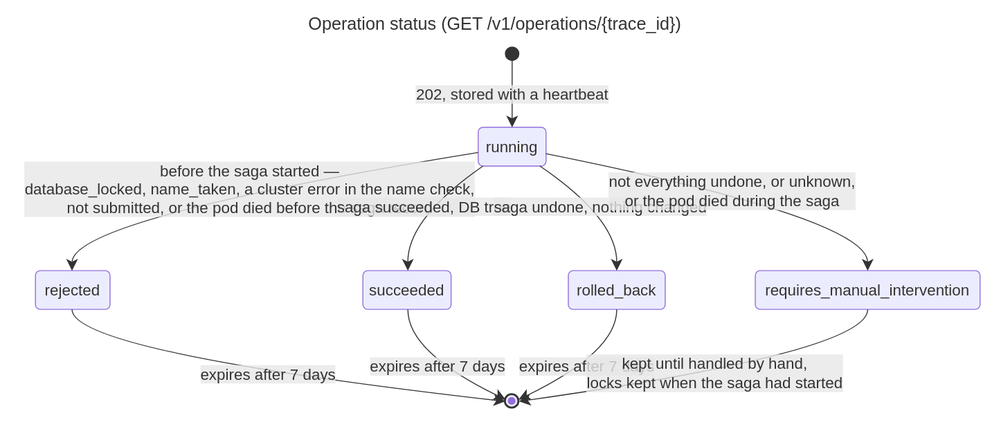
The draw.io diagram docs/diagrams/16-state-operation.drawio.svg in EliShteinman/redis-enterprise-services, before a commit. Source tidied: cells renumbered, new cells last; positions are measured from the earlier drawing's top-left corner, leaving out a move shared by most shapes.
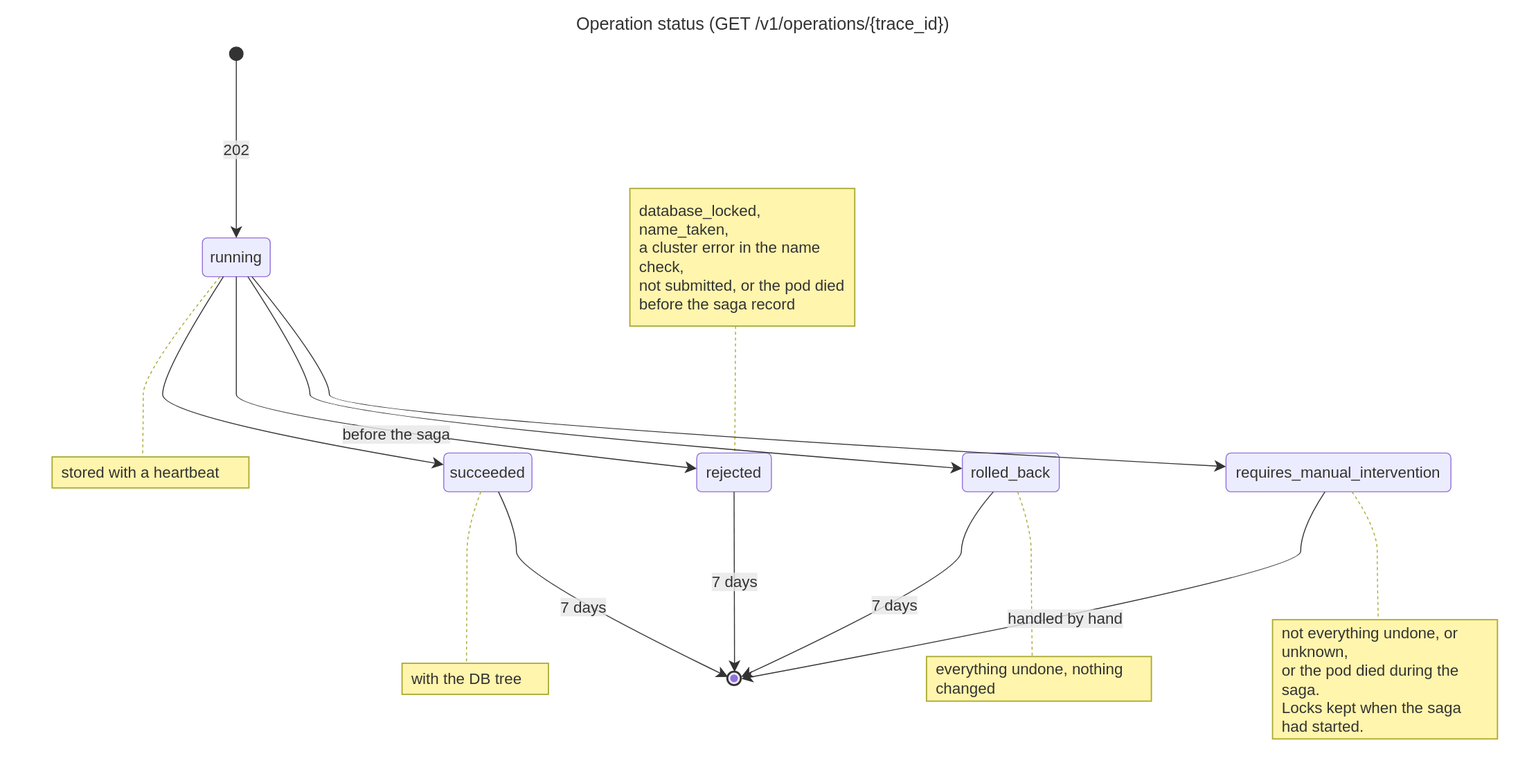
After the change.

Change to the diagram source:
```diff
@@ -3,87 +3,155 @@
     <mxCell id="0" />
     <mxCell id="1" parent="0" />
     <mxCell id="2" style="ellipse;html=1;fillColor=light-dark(#333333,#cccccc);strokeColor=light-dark(#333333,#cccccc);fontColor=light-dark(#333333,#cccccc);fontFamily=Trebuchet MS,Verdana,Arial,sans-serif;fontSize=16;" parent="1" vertex="1">
-      <mxGeometry x="511" y="38" width="14" height="14" as="geometry" />
+      <mxGeometry x="226" y="38" width="14" height="14" as="geometry" />
     </mxCell>
-    <mxCell id="3" value="running" style="rounded=1;absoluteArcSize=1;arcSize=10;html=1;whiteSpace=wrap;strokeWidth=1;fillColor=light-dark(#ECECFF,#1f2020);strokeColor=light-dark(#9370DB,#cccccc);fontColor=light-dark(#333333,#cccccc);fontFamily=Trebuchet MS,Verdana,Arial,sans-serif;fontSize=16;" parent="1" vertex="1">
-      <mxGeometry x="483" y="121" width="70" height="40" as="geometry" />
+    <mxCell id="3" style="rounded=0;whiteSpace=wrap;html=1;fillColor=none;strokeColor=none;fontColor=light-dark(#333333,#cccccc);fontFamily=Trebuchet MS,Verdana,Arial,sans-serif;fontSize=16;" parent="1" vertex="1">
+      <mxGeometry x="8" y="200" width="295" height="318" as="geometry" />
     </mxCell>
-    <mxCell id="4" value="rejected" style="rounded=1;absoluteArcSize=1;arcSize=10;html=1;whiteSpace=wrap;strokeWidth=1;fillColor=light-dark(#ECECFF,#1f2020);strokeColor=light-dark(#9370DB,#cccccc);fontColor=light-dark(#333333,#cccccc);fontFamily=Trebuchet MS,Verdana,Arial,sans-serif;fontSize=16;" parent="1" vertex="1">
-      <mxGeometry x="26" y="269" width="77" height="40" as="geometry" />
+    <mxCell id="4" value="running" style="rounded=1;absoluteArcSize=1;arcSize=10;html=1;whiteSpace=wrap;strokeWidth=1;fillColor=light-dark(#ECECFF,#1f2020);strokeColor=light-dark(#9370DB,#cccccc);fontColor=light-dark(#333333,#cccccc);fontFamily=Trebuchet MS,Verdana,Arial,sans-serif;fontSize=16;" parent="3" vertex="1">
+      <mxGeometry x="190" y="35" width="70" height="40" as="geometry" />
     </mxCell>
-    <mxCell id="5" value="succeeded" style="rounded=1;absoluteArcSize=1;arcSize=10;html=1;whiteSpace=wrap;strokeWidth=1;fillColor=light-dark(#ECECFF,#1f2020);strokeColor=light-dark(#9370DB,#cccccc);fontColor=light-dark(#333333,#cccccc);fontFamily=Trebuchet MS,Verdana,Arial,sans-serif;fontSize=16;" parent="1" vertex="1">
-      <mxGeometry x="364" y="269" width="91" height="40" as="geometry" />
+    <mxCell id="5" value="stored with a heartbeat" style="rounded=0;whiteSpace=wrap;html=1;align=left;spacingLeft=8;spacingRight=8;fillColor=light-dark(#fff5ad,#2a2a2a);strokeColor=light-dark(#aaaa33,#cccccc);strokeWidth=1.3;fontColor=light-dark(#333333,#cccccc);fontFamily=Trebuchet MS,Verdana,Arial,sans-serif;fontSize=16;" parent="3" vertex="1">
+      <mxGeometry x="35" y="261" width="203" height="32" as="geometry" />
     </mxCell>
+    <mxCell id="19" style="curved=1;dashed=1;startArrow=none;endArrow=none;fillColor=none;strokeColor=#aaaa33;exitX=0.26;exitY=1;entryX=0.46;entryY=0;fixDash=1;" parent="3" edge="1" source="4" target="5">
+      <mxGeometry relative="1" as="geometry">
+        <Array as="points">
+          <mxPoint x="129" y="173" />
+          <mxPoint x="129" y="220" />
+        </Array>
+      </mxGeometry>
+    </mxCell>
-    <mxCell id="6" value="rolled_back" style="rounded=1;absoluteArcSize=1;arcSize=10;html=1;whiteSpace=wrap;strokeWidth=1;fillColor=light-dark(#ECECFF,#1f2020);strokeColor=light-dark(#9370DB,#cccccc);fontColor=light-dark(#333333,#cccccc);fontFamily=Trebuchet MS,Verdana,Arial,sans-serif;fontSize=16;" parent="1" vertex="1">
-      <mxGeometry x="576" y="269" width="100" height="40" as="geometry" />
+    <mxCell id="6" style="rounded=0;whiteSpace=wrap;html=1;fillColor=none;strokeColor=none;fontColor=light-dark(#333333,#cccccc);fontFamily=Trebuchet MS,Verdana,Arial,sans-serif;fontSize=16;" parent="1" vertex="1">
+      <mxGeometry x="604" y="149" width="286" height="373" as="geometry" />
     </mxCell>
-    <mxCell id="7" value="requires_manual_intervention" style="rounded=1;absoluteArcSize=1;arcSize=10;html=1;whiteSpace=wrap;strokeWidth=1;fillColor=light-dark(#ECECFF,#1f2020);strokeColor=light-dark(#9370DB,#cccccc);fontColor=light-dark(#333333,#cccccc);fontFamily=Trebuchet MS,Verdana,Arial,sans-serif;fontSize=16;" parent="1" vertex="1">
-      <mxGeometry x="769" y="269" width="232" height="40" as="geometry" />
+    <mxCell id="7" value="database_locked, name_taken,&lt;br&gt;a cluster error in the name check,&lt;br&gt;not submitted, or the pod died&lt;br&gt;before the saga record" style="rounded=0;whiteSpace=wrap;html=1;align=left;spacingLeft=8;spacingRight=8;fillColor=light-dark(#fff5ad,#2a2a2a);strokeColor=light-dark(#aaaa33,#cccccc);strokeWidth=1.3;fontColor=light-dark(#333333,#cccccc);fontFamily=Trebuchet MS,Verdana,Arial,sans-serif;fontSize=16;" parent="6" vertex="1">
+      <mxGeometry x="35" y="35" width="232" height="142" as="geometry" />
     </mxCell>
-    <mxCell id="8" style="ellipse;html=1;fillColor=light-dark(#ECECFF,#1f2020);strokeColor=light-dark(#333333,#cccccc);strokeWidth=2;centerRadius=4;centerColor=light-dark(#9370DB,#cccccc);fontColor=light-dark(#333333,#cccccc);fontFamily=Trebuchet MS,Verdana,Arial,sans-serif;fontSize=16;" parent="1" vertex="1">
-      <mxGeometry x="511" y="397" width="14" height="14" as="geometry" />
+    <mxCell id="8" value="rejected" style="rounded=1;absoluteArcSize=1;arcSize=10;html=1;whiteSpace=wrap;strokeWidth=1;fillColor=light-dark(#ECECFF,#1f2020);strokeColor=light-dark(#9370DB,#cccccc);fontColor=light-dark(#333333,#cccccc);fontFamily=Trebuchet MS,Verdana,Arial,sans-serif;fontSize=16;" parent="6" vertex="1">
+      <mxGeometry x="104" y="308" width="77" height="40" as="geometry" />
     </mxCell>
+    <mxCell id="20" style="curved=1;dashed=1;startArrow=none;endArrow=none;fillColor=none;strokeColor=#aaaa33;exitX=0.47;exitY=1;entryX=0.51;entryY=0;fixDash=1;" parent="6" edge="1" source="7" target="8">
+      <mxGeometry relative="1" as="geometry" />
+    </mxCell>
-    <mxCell id="9" value="202, stored with a heartbeat" style="curved=1;startArrow=none;endArrow=classic;endSize=9;fillColor=none;strokeColor=light-dark(#333333,#cccccc);html=1;fontSize=16;labelBackgroundColor=#E8E8E88D;fontFamily=Trebuchet MS,Verdana,Arial,sans-serif;fontColor=light-dark(#333333,#cccccc);exitX=0.5;exitY=1;entryX=0.5;entryY=0;" parent="1" edge="1" source="2" target="3">
-      <mxGeometry relative="1" as="geometry" />
+    <mxCell id="9" style="rounded=0;whiteSpace=wrap;html=1;fillColor=none;strokeColor=none;fontColor=light-dark(#333333,#cccccc);fontFamily=Trebuchet MS,Verdana,Arial,sans-serif;fontSize=16;" parent="1" vertex="1">
+      <mxGeometry x="369" y="422" width="205" height="309" as="geometry" />
     </mxCell>
-    <mxCell id="10" value="before the saga started —&#10;database_locked, name_taken, a cluster error in the name check,&#10;not submitted, or the pod died before the saga record" style="curved=1;startArrow=none;endArrow=classic;endSize=9;fillColor=none;strokeColor=light-dark(#333333,#cccccc);html=1;fontSize=16;labelBackgroundColor=#E8E8E88D;fontFamily=Trebuchet MS,Verdana,Arial,sans-serif;fontColor=light-dark(#333333,#cccccc);exitX=0;exitY=0.65;entryX=0.49;entryY=0;" parent="1" edge="1" source="3" target="4">
-      <mxGeometry relative="1" as="geometry">
-        <Array as="points">
-          <mxPoint x="64" y="215" />
-        </Array>
-      </mxGeometry>
+    <mxCell id="10" value="succeeded" style="rounded=1;absoluteArcSize=1;arcSize=10;html=1;whiteSpace=wrap;strokeWidth=1;fillColor=light-dark(#ECECFF,#1f2020);strokeColor=light-dark(#9370DB,#cccccc);fontColor=light-dark(#333333,#cccccc);fontFamily=Trebuchet MS,Verdana,Arial,sans-serif;fontSize=16;" parent="9" vertex="1">
+      <mxGeometry x="78" y="35" width="91" height="40" as="geometry" />
     </mxCell>
-    <mxCell id="11" value="saga succeeded, DB tree" style="curved=1;startArrow=none;endArrow=classic;endSize=9;fillColor=none;strokeColor=light-dark(#333333,#cccccc);html=1;fontSize=16;labelBackgroundColor=#E8E8E88D;fontFamily=Trebuchet MS,Verdana,Arial,sans-serif;fontColor=light-dark(#333333,#cccccc);exitX=0.07;exitY=1;entryX=0.51;entryY=0;" parent="1" edge="1" source="3" target="5">
-      <mxGeometry relative="1" as="geometry">
-        <Array as="points">
-          <mxPoint x="410" y="215" />
-        </Array>
-      </mxGeometry>
+    <mxCell id="11" value="with the DB tree" style="rounded=0;whiteSpace=wrap;html=1;align=left;spacingLeft=8;spacingRight=8;fillColor=light-dark(#fff5ad,#2a2a2a);strokeColor=light-dark(#aaaa33,#cccccc);strokeWidth=1.3;fontColor=light-dark(#333333,#cccccc);fontFamily=Trebuchet MS,Verdana,Arial,sans-serif;fontSize=16;" parent="9" vertex="1">
+      <mxGeometry x="35" y="252" width="151" height="32" as="geometry" />
     </mxCell>
+    <mxCell id="21" style="curved=1;dashed=1;startArrow=none;endArrow=none;fillColor=none;strokeColor=#aaaa33;exitX=0.42;exitY=1;entryX=0.44;entryY=0;fixDash=1;" parent="9" edge="1" source="10" target="11">
+      <mxGeometry relative="1" as="geometry">
+        <Array as="points">
+          <mxPoint x="102" y="113" />
+          <mxPoint x="102" y="160" />
+        </Array>
+      </mxGeometry>
+    </mxCell>
-    <mxCell id="12" value="saga undone, nothing changed" style="curved=1;startArrow=none;endArrow=classic;endSize=9;fillColor=none;strokeColor=light-dark(#333333,#cccccc);html=1;fontSize=16;labelBackgroundColor=#E8E8E88D;fontFamily=Trebuchet MS,Verdana,Arial,sans-serif;fontColor=light-dark(#333333,#cccccc);exitX=0.91;exitY=1;entryX=0.5;entryY=0;" parent="1" edge="1" source="3" target="6">
-      <mxGeometry relative="1" as="geometry">
-        <Array as="points">
-          <mxPoint x="626" y="215" />
-        </Array>
-      </mxGeometry>
+    <mxCell id="12" style="rounded=0;whiteSpace=wrap;html=1;fillColor=none;strokeColor=none;fontColor=light-dark(#333333,#cccccc);fontFamily=Trebuchet MS,Verdana,Arial,sans-serif;fontSize=16;" parent="1" vertex="1">
+      <mxGeometry x="910" y="422" width="286" height="316" as="geometry" />
     </mxCell>
-    <mxCell id="13" value="not everything undone, or unknown,&#10;or the pod died during the saga" style="curved=1;startArrow=none;endArrow=classic;endSize=9;fillColor=none;strokeColor=light-dark(#333333,#cccccc);html=1;fontSize=16;labelBackgroundColor=#E8E8E88D;fontFamily=Trebuchet MS,Verdana,Arial,sans-serif;fontColor=light-dark(#333333,#cccccc);exitX=1;exitY=0.68;entryX=0.5;entryY=0;" parent="1" edge="1" source="3" target="7">
-      <mxGeometry relative="1" as="geometry">
-        <Array as="points">
-          <mxPoint x="885" y="215" />
-        </Array>
-      </mxGeometry>
+    <mxCell id="13" value="rolled_back" style="rounded=1;absoluteArcSize=1;arcSize=10;html=1;whiteSpace=wrap;strokeWidth=1;fillColor=light-dark(#ECECFF,#1f2020);strokeColor=light-dark(#9370DB,#cccccc);fontColor=light-dark(#333333,#cccccc);fontFamily=Trebuchet MS,Verdana,Arial,sans-serif;fontSize=16;" parent="12" vertex="1">
+      <mxGeometry x="72" y="35" width="100" height="40" as="geometry" />
     </mxCell>
-    <mxCell id="14" value="expires after 7 days" style="curved=1;startArrow=none;endArrow=classic;endSize=9;fillColor=none;strokeColor=light-dark(#333333,#cccccc);html=1;fontSize=16;labelBackgroundColor=#E8E8E88D;fontFamily=Trebuchet MS,Verdana,Arial,sans-serif;fontColor=light-dark(#333333,#cccccc);exitX=0.51;exitY=1;entryX=0;entryY=0.29;" parent="1" edge="1" source="5" target="8">
-      <mxGeometry relative="1" as="geometry">
-        <Array as="points">
-          <mxPoint x="410" y="353" />
-        </Array>
-      </mxGeometry>
+    <mxCell id="14" value="everything undone, nothing changed" style="rounded=0;whiteSpace=wrap;html=1;align=left;spacingLeft=8;spacingRight=8;fillColor=light-dark(#fff5ad,#2a2a2a);strokeColor=light-dark(#aaaa33,#cccccc);strokeWidth=1.3;fontColor=light-dark(#333333,#cccccc);fontFamily=Trebuchet MS,Verdana,Arial,sans-serif;fontSize=16;" parent="12" vertex="1">
+      <mxGeometry x="35" y="245" width="232" height="46" as="geometry" />
     </mxCell>
+    <mxCell id="22" style="curved=1;dashed=1;startArrow=none;endArrow=none;fillColor=none;strokeColor=#aaaa33;exitX=0.57;exitY=1;entryX=0.47;entryY=0;fixDash=1;" parent="12" edge="1" source="13" target="14">
+      <mxGeometry relative="1" as="geometry">
+        <Array as="points">
+          <mxPoint x="143" y="113" />
+          <mxPoint x="143" y="160" />
+        </Array>
+      </mxGeometry>
+    </mxCell>
-    <mxCell id="15" value="expires after 7 days" style="curved=1;startArrow=none;endArrow=classic;endSize=9;fillColor=none;strokeColor=light-dark(#333333,#cccccc);html=1;fontSize=16;labelBackgroundColor=#E8E8E88D;fontFamily=Trebuchet MS,Verdana,Arial,sans-serif;fontColor=light-dark(#333333,#cccccc);exitX=0.49;exitY=1;entryX=0;entryY=0.43;" parent="1" edge="1" source="4" target="8">
-      <mxGeometry relative="1" as="geometry">
-        <Array as="points">
-          <mxPoint x="64" y="353" />
-        </Array>
-      </mxGeometry>
+    <mxCell id="15" style="rounded=0;whiteSpace=wrap;html=1;fillColor=none;strokeColor=none;fontColor=light-dark(#333333,#cccccc);fontFamily=Trebuchet MS,Verdana,Arial,sans-serif;fontSize=16;" parent="1" vertex="1">
+      <mxGeometry x="1219" y="422" width="334" height="355" as="geometry" />
     </mxCell>
-    <mxCell id="16" value="expires after 7 days" style="curved=1;startArrow=none;endArrow=classic;endSize=9;fillColor=none;strokeColor=light-dark(#333333,#cccccc);html=1;fontSize=16;labelBackgroundColor=#E8E8E88D;fontFamily=Trebuchet MS,Verdana,Arial,sans-serif;fontColor=light-dark(#333333,#cccccc);exitX=0.5;exitY=1;entryX=1;entryY=0.29;" parent="1" edge="1" source="6" target="8">
-      <mxGeometry relative="1" as="geometry">
-        <Array as="points">
-          <mxPoint x="626" y="353" />
-        </Array>
-      </mxGeometry>
+    <mxCell id="16" value="requires_manual_intervention" style="rounded=1;absoluteArcSize=1;arcSize=10;html=1;whiteSpace=wrap;strokeWidth=1;fillColor=light-dark(#ECECFF,#1f2020);strokeColor=light-dark(#9370DB,#cccccc);fontColor=light-dark(#333333,#cccccc);fontFamily=Trebuchet MS,Verdana,Arial,sans-serif;fontSize=16;" parent="15" vertex="1">
+      <mxGeometry x="35" y="35" width="232" height="40" as="geometry" />
     </mxCell>
-    <mxCell id="17" value="kept until handled by hand,&#10;locks kept when the saga had started" style="curved=1;startArrow=none;endArrow=classic;endSize=9;fillColor=none;strokeColor=light-dark(#333333,#cccccc);html=1;fontSize=16;labelBackgroundColor=#E8E8E88D;fontFamily=Trebuchet MS,Verdana,Arial,sans-serif;fontColor=light-dark(#333333,#cccccc);exitX=0.5;exitY=1;entryX=1;entryY=0.43;" parent="1" edge="1" source="7" target="8">
-      <mxGeometry relative="1" as="geometry">
-        <Array as="points">
-          <mxPoint x="885" y="353" />
-        </Array>
-      </mxGeometry>
+    <mxCell id="17" value="not everything undone, or unknown,&lt;br&gt;or the pod died during the saga.&lt;br&gt;Locks kept when the saga had started." style="rounded=0;whiteSpace=wrap;html=1;align=left;spacingLeft=8;spacingRight=8;fillColor=light-dark(#fff5ad,#2a2a2a);strokeColor=light-dark(#aaaa33,#cccccc);strokeWidth=1.3;fontColor=light-dark(#333333,#cccccc);fontFamily=Trebuchet MS,Verdana,Arial,sans-serif;fontSize=16;" parent="15" vertex="1">
+      <mxGeometry x="83" y="207" width="232" height="123" as="geometry" />
     </mxCell>
+    <mxCell id="23" style="curved=1;dashed=1;startArrow=none;endArrow=none;fillColor=none;strokeColor=#aaaa33;exitX=0.56;exitY=1;entryX=0.47;entryY=0;fixDash=1;" parent="15" edge="1" source="16" target="17">
+      <mxGeometry relative="1" as="geometry">
+        <Array as="points">
+          <mxPoint x="191" y="113" />
+          <mxPoint x="191" y="160" />
+        </Array>
+      </mxGeometry>
+    </mxCell>
-    <mxCell id="18" value="Operation status (GET /v1/operations/{trace_id})" style="text;strokeColor=none;fillColor=none;align=center;verticalAlign=middle;fontSize=18;fontColor=light-dark(#333333,#cccccc);fontFamily=trebuchet ms,verdana,arial,sans-serif;" parent="1" vertex="1">
-      <mxGeometry width="1001" height="25" as="geometry" />
+    <mxCell id="18" style="ellipse;html=1;fillColor=light-dark(#ECECFF,#1f2020);strokeColor=light-dark(#333333,#cccccc);strokeWidth=2;centerRadius=4;centerColor=light-dark(#9370DB,#cccccc);fontColor=light-dark(#333333,#cccccc);fontFamily=Trebuchet MS,Verdana,Arial,sans-serif;fontSize=16;" parent="1" vertex="1">
+      <mxGeometry x="740" y="683" width="14" height="14" as="geometry" />
     </mxCell>
+    <mxCell id="24" value="202" style="curved=1;startArrow=none;endArrow=classic;endSize=9;fillColor=none;strokeColor=light-dark(#333333,#cccccc);html=1;fontSize=16;labelBackgroundColor=#E8E8E88D;fontFamily=Trebuchet MS,Verdana,Arial,sans-serif;fontColor=light-dark(#333333,#cccccc);exitX=0.5;exitY=1;entryX=0.5;entryY=0;" parent="1" edge="1" source="2" target="4">
+      <mxGeometry relative="1" as="geometry" />
+    </mxCell>
+    <mxCell id="25" value="before the saga" style="curved=1;startArrow=none;endArrow=classic;endSize=9;fillColor=none;strokeColor=light-dark(#333333,#cccccc);html=1;fontSize=16;labelBackgroundColor=#E8E8E88D;fontFamily=Trebuchet MS,Verdana,Arial,sans-serif;fontColor=light-dark(#333333,#cccccc);exitX=0.5;exitY=1;entryX=0;entryY=0.4;" parent="1" edge="1" source="4" target="8">
+      <mxGeometry relative="1" as="geometry">
+        <Array as="points">
+          <mxPoint x="233" y="373" />
+          <mxPoint x="233" y="420" />
+        </Array>
+      </mxGeometry>
+    </mxCell>
+    <mxCell id="26" style="curved=1;startArrow=none;endArrow=classic;endSize=9;fillColor=none;strokeColor=light-dark(#333333,#cccccc);exitX=0.31;exitY=1;entryX=0;entryY=0.3;" parent="1" edge="1" source="4" target="10">
+      <mxGeometry relative="1" as="geometry">
+        <Array as="points">
+          <mxPoint x="157" y="373" />
+          <mxPoint x="157" y="420" />
+        </Array>
+      </mxGeometry>
+    </mxCell>
+    <mxCell id="27" style="curved=1;startArrow=none;endArrow=classic;endSize=9;fillColor=none;strokeColor=light-dark(#333333,#cccccc);exitX=0.67;exitY=1;entryX=0;entryY=0.4;" parent="1" edge="1" source="4" target="13">
+      <mxGeometry relative="1" as="geometry">
+        <Array as="points">
+          <mxPoint x="309" y="373" />
+          <mxPoint x="309" y="420" />
+        </Array>
+      </mxGeometry>
+    </mxCell>
+    <mxCell id="28" style="curved=1;startArrow=none;endArrow=classic;endSize=9;fillColor=none;strokeColor=light-dark(#333333,#cccccc);exitX=0.73;exitY=1;entryX=0;entryY=0.35;" parent="1" edge="1" source="4" target="16">
+      <mxGeometry relative="1" as="geometry">
+        <Array as="points">
+          <mxPoint x="329" y="373" />
+          <mxPoint x="329" y="420" />
+        </Array>
+      </mxGeometry>
+    </mxCell>
+    <mxCell id="29" value="7 days" style="curved=1;startArrow=none;endArrow=classic;endSize=9;fillColor=none;strokeColor=light-dark(#333333,#cccccc);html=1;fontSize=16;labelBackgroundColor=#E8E8E88D;fontFamily=Trebuchet MS,Verdana,Arial,sans-serif;fontColor=light-dark(#333333,#cccccc);exitX=0.62;exitY=1;entryX=0;entryY=0.29;" parent="1" edge="1" source="10" target="18">
+      <mxGeometry relative="1" as="geometry">
+        <Array as="points">
+          <mxPoint x="522" y="535" />
+          <mxPoint x="522" y="582" />
+        </Array>
+      </mxGeometry>
+    </mxCell>
+    <mxCell id="30" value="7 days" style="curved=1;startArrow=none;endArrow=classic;endSize=9;fillColor=none;strokeColor=light-dark(#333333,#cccccc);html=1;fontSize=16;labelBackgroundColor=#E8E8E88D;fontFamily=Trebuchet MS,Verdana,Arial,sans-serif;fontColor=light-dark(#333333,#cccccc);exitX=0.5;exitY=1;entryX=0.5;entryY=0;" parent="1" edge="1" source="8" target="18">
+      <mxGeometry relative="1" as="geometry" />
+    </mxCell>
+    <mxCell id="31" value="7 days" style="curved=1;startArrow=none;endArrow=classic;endSize=9;fillColor=none;strokeColor=light-dark(#333333,#cccccc);html=1;fontSize=16;labelBackgroundColor=#E8E8E88D;fontFamily=Trebuchet MS,Verdana,Arial,sans-serif;fontColor=light-dark(#333333,#cccccc);exitX=0.32;exitY=1;entryX=1;entryY=0.29;" parent="1" edge="1" source="13" target="18">
+      <mxGeometry relative="1" as="geometry">
+        <Array as="points">
+          <mxPoint x="981" y="535" />
+          <mxPoint x="981" y="582" />
+        </Array>
+      </mxGeometry>
+    </mxCell>
+    <mxCell id="32" value="handled by hand" style="curved=1;startArrow=none;endArrow=classic;endSize=9;fillColor=none;strokeColor=light-dark(#333333,#cccccc);html=1;fontSize=16;labelBackgroundColor=#E8E8E88D;fontFamily=Trebuchet MS,Verdana,Arial,sans-serif;fontColor=light-dark(#333333,#cccccc);exitX=0.44;exitY=1;entryX=1;entryY=0.43;" parent="1" edge="1" source="16" target="18">
+      <mxGeometry relative="1" as="geometry">
+        <Array as="points">
+          <mxPoint x="1331" y="535" />
+          <mxPoint x="1331" y="582" />
+        </Array>
+      </mxGeometry>
+    </mxCell>
+    <mxCell id="33" value="Operation status (GET /v1/operations/{trace_id})" style="text;strokeColor=none;fillColor=none;align=center;verticalAlign=middle;fontSize=18;fontColor=light-dark(#333333,#cccccc);fontFamily=trebuchet ms,verdana,arial,sans-serif;" parent="1" vertex="1">
+      <mxGeometry width="1553" height="25" as="geometry" />
+    </mxCell>
   </root>
 </mxGraphModel>
```
